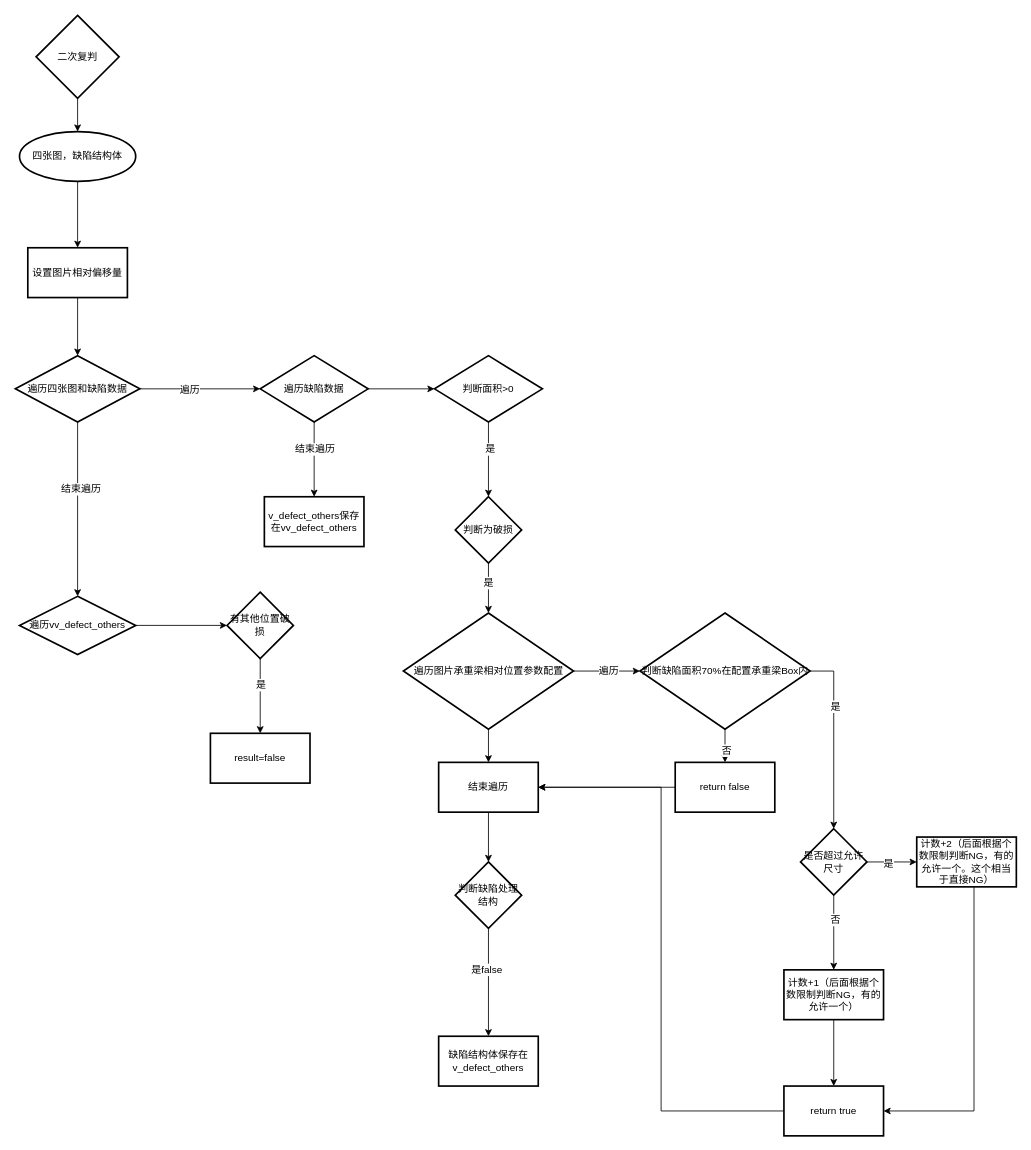
Above: 二次复判.drawio in LittleSheepy/MyMLStudy (draw.io), before the change. Source tidied: cells renumbered, new cells numbered last; positions are measured from the earlier drawing's top-left corner, leaving out a move shared by most shapes. Both pictures are drawn from the tidied source at 83%, with x=0, y=0 at pixel (15, 15).
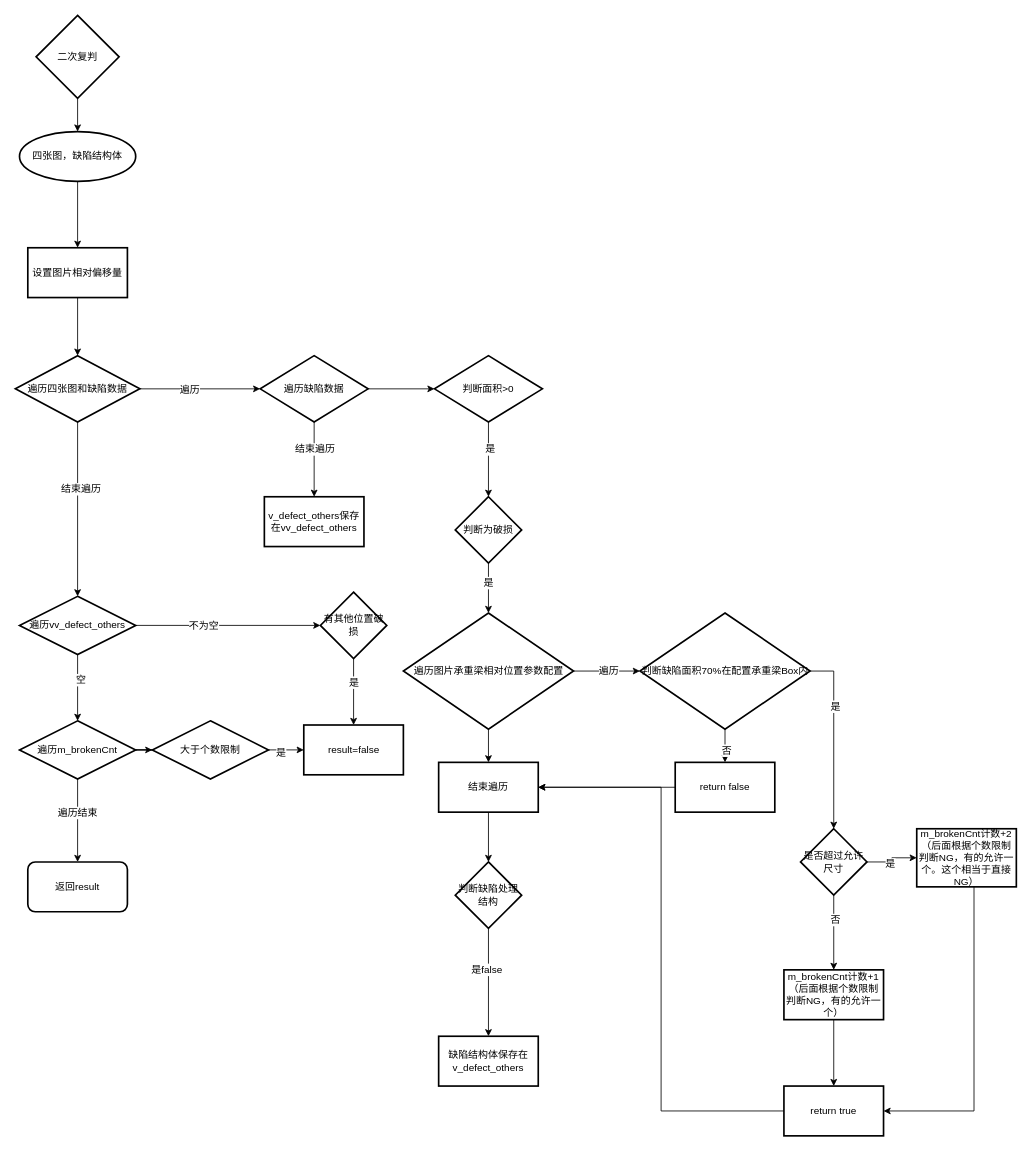
The same diagram, later.

Commit message:
更新二次复判.drawio

Unchanged cells that the change refers to:
```xml
<mxCell id="52" style="edgeStyle=orthogonalEdgeStyle;rounded=0;jettySize=auto;html=1;fontFamily=Helvetica;fontSize=12;fontColor=default;" parent="1" edge="1" source="53" target="56">
  <mxGeometry relative="1" as="geometry" />
</mxCell>
<mxCell id="53" value="遍历vv_defect_others" style="rhombus;whiteSpace=wrap;html=1;strokeColor=default;strokeWidth=2;fontFamily=Helvetica;fontSize=12;fontColor=default;fillColor=default;" parent="1" vertex="1">
  <mxGeometry x="5" y="700" width="140" height="70" as="geometry" />
</mxCell>
```

The edit, as a diff of the source:
```diff
@@
-    <mxCell id="39" value="计数+2（后面根据个数限制判断NG，有的允许一个。这个相当于直接NG）" style="whiteSpace=wrap;html=1;strokeWidth=2;" parent="1" vertex="1">
-      <mxGeometry x="1086" y="990" width="120" height="60" as="geometry" />
+    <mxCell id="39" value="m_brokenCnt计数+2（后面根据个数限制判断NG，有的允许一个。这个相当于直接NG）" style="whiteSpace=wrap;html=1;strokeWidth=2;" parent="1" vertex="1">
+      <mxGeometry x="1086" y="980" width="120" height="70" as="geometry" />
     </mxCell>
@@
-    <mxCell id="41" value="计数+1（后面根据个数限制判断NG，有的允许一个）" style="whiteSpace=wrap;html=1;strokeWidth=2;" parent="1" vertex="1">
+    <mxCell id="41" value="m_brokenCnt计数+1（后面根据个数限制判断NG，有的允许一个）" style="whiteSpace=wrap;html=1;strokeWidth=2;" parent="1" vertex="1">
       <mxGeometry x="926" y="1150" width="120" height="60" as="geometry" />
     </mxCell>
@@
+    <mxCell id="58" value="不为空" style="edgeLabel;html=1;align=center;verticalAlign=middle;fontSize=12;fontFamily=Helvetica;fontColor=default;" parent="52" vertex="1">
+      <mxGeometry x="-0.27" relative="1" as="geometry" />
+    </mxCell>
+    <mxCell id="59" style="edgeStyle=orthogonalEdgeStyle;rounded=0;jettySize=auto;html=1;fontFamily=Helvetica;fontSize=12;fontColor=default;" parent="1" edge="1" source="53" target="64">
+      <mxGeometry relative="1" as="geometry" />
+    </mxCell>
+    <mxCell id="60" value="空" style="edgeLabel;html=1;align=center;verticalAlign=middle;fontSize=12;fontFamily=Helvetica;fontColor=default;" parent="59" vertex="1">
+      <mxGeometry x="-0.25" y="3" relative="1" as="geometry" />
+    </mxCell>
@@
     <mxCell id="56" value="有其他位置破损" style="rhombus;whiteSpace=wrap;html=1;strokeWidth=2;" parent="1" vertex="1">
-      <mxGeometry x="255" y="695" width="80" height="80" as="geometry" />
+      <mxGeometry x="367.5" y="695" width="80" height="80" as="geometry" />
     </mxCell>
     <mxCell id="57" value="result=false" style="whiteSpace=wrap;html=1;strokeWidth=2;" parent="1" vertex="1">
-      <mxGeometry x="235" y="865" width="120" height="60" as="geometry" />
+      <mxGeometry x="347.5" y="855" width="120" height="60" as="geometry" />
     </mxCell>
+    <mxCell id="61" style="edgeStyle=orthogonalEdgeStyle;rounded=0;jettySize=auto;html=1;fontFamily=Helvetica;fontSize=12;fontColor=default;entryX=0.5;entryY=0;entryDx=0;entryDy=0;" parent="1" edge="1" source="64" target="65">
+      <mxGeometry relative="1" as="geometry" />
+    </mxCell>
+    <mxCell id="62" value="遍历结束" style="edgeLabel;html=1;align=center;verticalAlign=middle;fontSize=12;fontFamily=Helvetica;fontColor=default;" parent="61" vertex="1">
+      <mxGeometry x="-0.2" y="-1" relative="1" as="geometry" />
+    </mxCell>
+    <mxCell id="63" style="edgeStyle=orthogonalEdgeStyle;rounded=0;jettySize=auto;html=1;fontFamily=Helvetica;fontSize=12;fontColor=default;" parent="1" edge="1" source="64" target="68">
+      <mxGeometry relative="1" as="geometry" />
+    </mxCell>
+    <mxCell id="64" value="遍历m_brokenCnt" style="rhombus;whiteSpace=wrap;html=1;strokeColor=default;strokeWidth=2;fontFamily=Helvetica;fontSize=12;fontColor=default;fillColor=default;" parent="1" vertex="1">
+      <mxGeometry x="5" y="850" width="140" height="70" as="geometry" />
+    </mxCell>
+    <mxCell id="65" value="返回result" style="rounded=1;whiteSpace=wrap;html=1;strokeColor=default;strokeWidth=2;fontFamily=Helvetica;fontSize=12;fontColor=default;fillColor=default;" parent="1" vertex="1">
+      <mxGeometry x="15" y="1020" width="120" height="60" as="geometry" />
+    </mxCell>
+    <mxCell id="66" style="edgeStyle=orthogonalEdgeStyle;rounded=0;jettySize=auto;html=1;fontFamily=Helvetica;fontSize=12;fontColor=default;entryX=0;entryY=0.5;entryDx=0;entryDy=0;" parent="1" edge="1" source="68" target="57">
+      <mxGeometry relative="1" as="geometry" />
+    </mxCell>
+    <mxCell id="67" value="是" style="edgeLabel;html=1;align=center;verticalAlign=middle;fontSize=12;fontFamily=Helvetica;fontColor=default;" parent="66" vertex="1">
+      <mxGeometry x="-0.32" y="-3" relative="1" as="geometry" />
+    </mxCell>
+    <mxCell id="68" value="大于个数限制" style="rhombus;whiteSpace=wrap;html=1;strokeColor=default;strokeWidth=2;fontFamily=Helvetica;fontSize=12;fontColor=default;fillColor=default;" parent="1" vertex="1">
+      <mxGeometry x="165" y="850" width="140" height="70" as="geometry" />
+    </mxCell>
```
